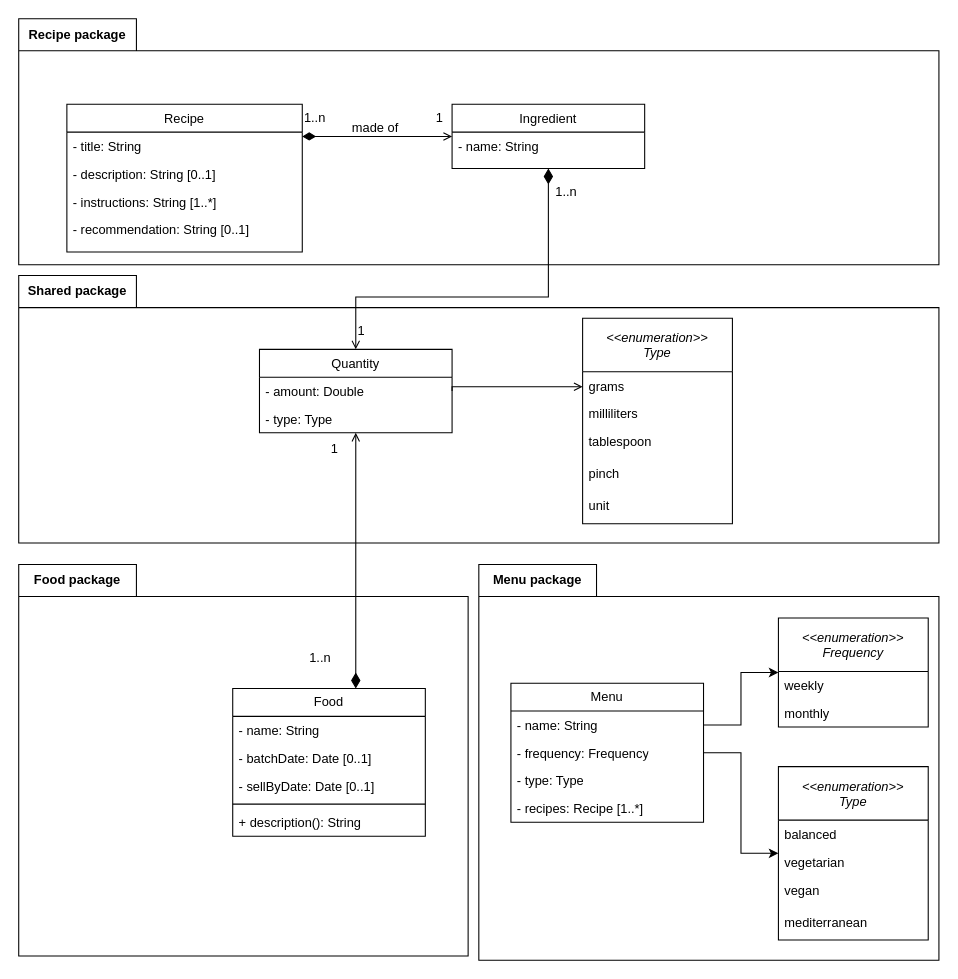
This is doc/domain-model-design.drawio from jantoniomartinfdez/chefficient, a draw.io file, before an edit. Source tidied: cells renumbered, new cells numbered last; positions are measured from the earlier drawing's top-left corner, leaving out a move shared by most shapes. Both pictures are drawn from the tidied source at 107%, with x=0, y=0 at pixel (18, 18).
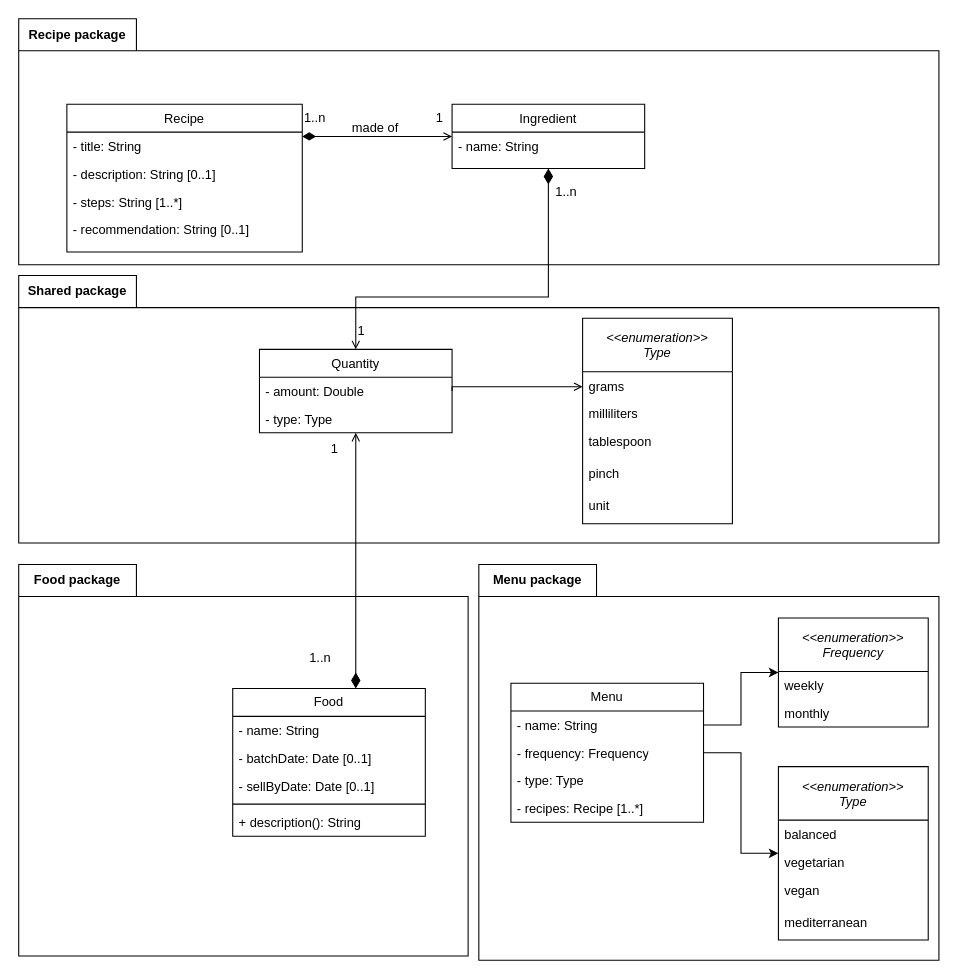
After the change.

Commit message (it also covers changes not shown here):
RecipeTest::should not allow to contain invalid steps

Unchanged cells that the change refers to:
```xml
<mxCell id="3" value="Recipe" style="swimlane;fontStyle=0;align=center;verticalAlign=top;horizontal=1;startSize=26;rounded=0;shadow=0;strokeWidth=1;" parent="2" vertex="1">
  <mxGeometry x="45" y="80" width="220" height="138" as="geometry" />
</mxCell>
```

Diff of the diagram source:
```diff
@@
-    <mxCell id="6" value="- instructions: String [1..*]" style="text;align=left;verticalAlign=top;spacingLeft=4;spacingRight=4;overflow=hidden;rounded=0;shadow=0;html=0;" parent="3" vertex="1">
+    <mxCell id="6" value="- steps: String [1..*]" style="text;align=left;verticalAlign=top;spacingLeft=4;spacingRight=4;overflow=hidden;rounded=0;shadow=0;html=0;" parent="3" vertex="1">
       <mxGeometry y="78" width="220" height="26" as="geometry" />
     </mxCell>
```
